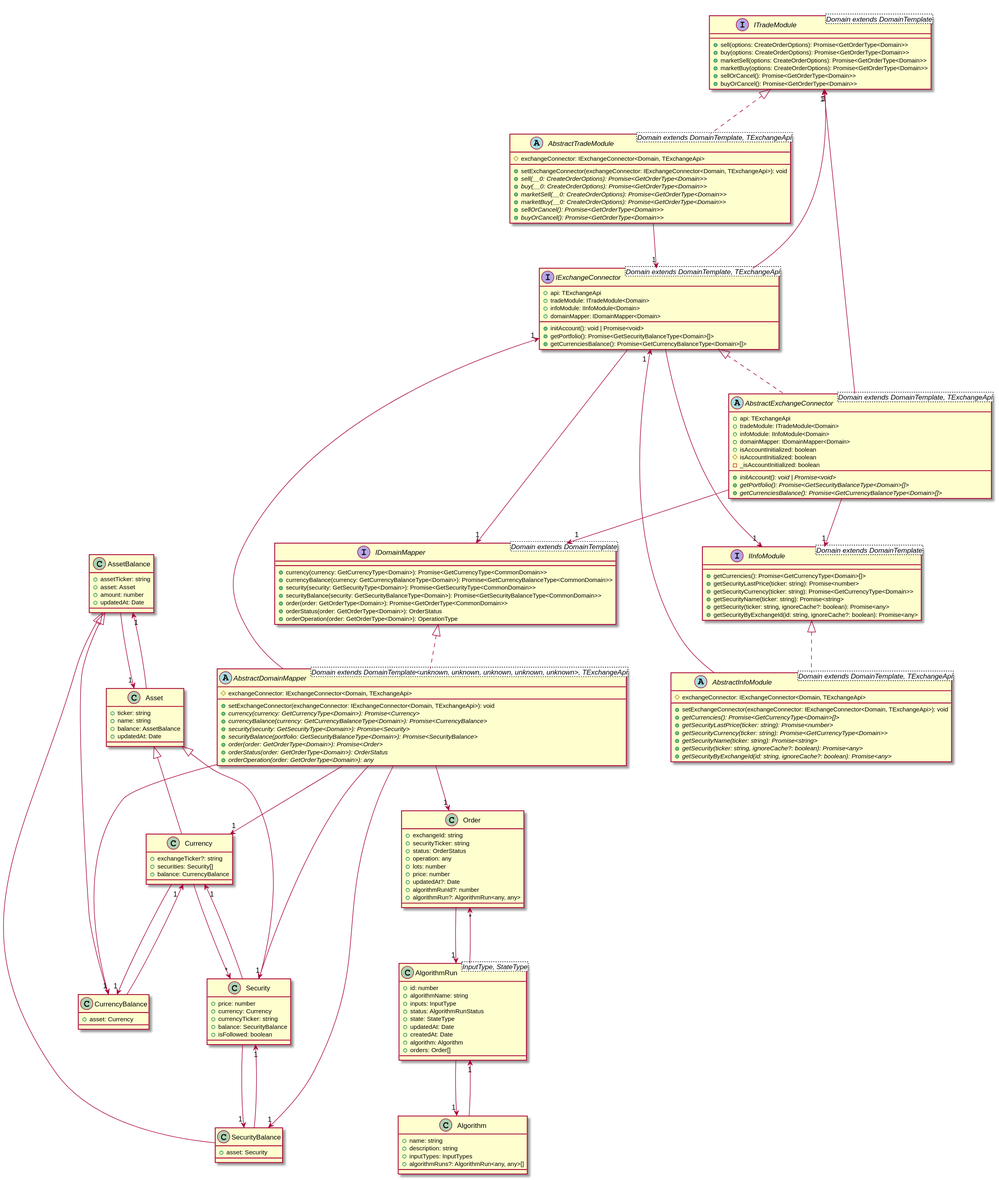
Before: diagrams/domain.svg, a diagram exported from PlantUML (d0rich/tradeb0t). Its diagram source:
```plantuml
@startuml
interface ITradeModule<Domain extends DomainTemplate> {
    +sell(options: CreateOrderOptions): Promise<GetOrderType<Domain>>
    +buy(options: CreateOrderOptions): Promise<GetOrderType<Domain>>
    +marketSell(options: CreateOrderOptions): Promise<GetOrderType<Domain>>
    +marketBuy(options: CreateOrderOptions): Promise<GetOrderType<Domain>>
    +sellOrCancel(): Promise<GetOrderType<Domain>>
    +buyOrCancel(): Promise<GetOrderType<Domain>>
}
interface IInfoModule<Domain extends DomainTemplate> {
    +getCurrencies(): Promise<GetCurrencyType<Domain>[]>
    +getSecurityLastPrice(ticker: string): Promise<number>
    +getSecurityCurrency(ticker: string): Promise<GetCurrencyType<Domain>>
    +getSecurityName(ticker: string): Promise<string>
    +getSecurity(ticker: string, ignoreCache?: boolean): Promise<any>
    +getSecurityByExchangeId(id: string, ignoreCache?: boolean): Promise<any>
}
interface IExchangeConnector<Domain extends DomainTemplate, TExchangeApi> {
    +api: TExchangeApi
    +tradeModule: ITradeModule<Domain>
    +infoModule: IInfoModule<Domain>
    +domainMapper: IDomainMapper<Domain>
    +initAccount(): void | Promise<void>
    +getPortfolio(): Promise<GetSecurityBalanceType<Domain>[]>
    +getCurrenciesBalance(): Promise<GetCurrencyBalanceType<Domain>[]>
}
abstract class AbstractTradeModule<Domain extends DomainTemplate, TExchangeApi> implements ITradeModule {
    #exchangeConnector: IExchangeConnector<Domain, TExchangeApi>
    +setExchangeConnector(exchangeConnector: IExchangeConnector<Domain, TExchangeApi>): void
    +{abstract} sell(__0: CreateOrderOptions): Promise<GetOrderType<Domain>>
    +{abstract} buy(__0: CreateOrderOptions): Promise<GetOrderType<Domain>>
    +{abstract} marketSell(__0: CreateOrderOptions): Promise<GetOrderType<Domain>>
    +{abstract} marketBuy(__0: CreateOrderOptions): Promise<GetOrderType<Domain>>
    +{abstract} sellOrCancel(): Promise<GetOrderType<Domain>>
    +{abstract} buyOrCancel(): Promise<GetOrderType<Domain>>
}
abstract class AbstractInfoModule<Domain extends DomainTemplate, TExchangeApi> implements IInfoModule {
    #exchangeConnector: IExchangeConnector<Domain, TExchangeApi>
    +setExchangeConnector(exchangeConnector: IExchangeConnector<Domain, TExchangeApi>): void
    +{abstract} getCurrencies(): Promise<GetCurrencyType<Domain>[]>
    +{abstract} getSecurityLastPrice(ticker: string): Promise<number>
    +{abstract} getSecurityCurrency(ticker: string): Promise<GetCurrencyType<Domain>>
    +{abstract} getSecurityName(ticker: string): Promise<string>
    +{abstract} getSecurity(ticker: string, ignoreCache?: boolean): Promise<any>
    +{abstract} getSecurityByExchangeId(id: string, ignoreCache?: boolean): Promise<any>
}
abstract class AbstractExchangeConnector<Domain extends DomainTemplate, TExchangeApi> implements IExchangeConnector {
    +api: TExchangeApi
    +tradeModule: ITradeModule<Domain>
    +infoModule: IInfoModule<Domain>
    +domainMapper: IDomainMapper<Domain>
    +{abstract} initAccount(): void | Promise<void>
    +{abstract} getPortfolio(): Promise<GetSecurityBalanceType<Domain>[]>
    +{abstract} getCurrenciesBalance(): Promise<GetCurrencyBalanceType<Domain>[]>
    +isAccountInitialized: boolean
    #isAccountInitialized: boolean
    -_isAccountInitialized: boolean
}
class Algorithm {
    +name: string
    +description: string
    +inputTypes: InputTypes
    +algorithmRuns?: AlgorithmRun<any, any>[]
}
class Order {
    +exchangeId: string
    +securityTicker: string
    +status: OrderStatus
    +operation: any
    +lots: number
    +price: number
    +updatedAt?: Date
    +algorithmRunId?: number
    +algorithmRun?: AlgorithmRun<any, any>
}
class AlgorithmRun<InputType, StateType> {
    +id: number
    +algorithmName: string
    +inputs: InputType
    +status: AlgorithmRunStatus
    +state: StateType
    +updatedAt: Date
    +createdAt: Date
    +algorithm: Algorithm
    +orders: Order[]
}
class AssetBalance {
    +assetTicker: string
    +asset: Asset
    +amount: number
    +updatedAt: Date
}
class Asset {
    +ticker: string
    +name: string
    +balance: AssetBalance
    +updatedAt: Date
}
class SecurityBalance extends AssetBalance {
    +asset: Security
}
class Security extends Asset {
    +price: number
    +currency: Currency
    +currencyTicker: string
    +balance: SecurityBalance
    +isFollowed: boolean
}
class CurrencyBalance extends AssetBalance {
    +asset: Currency
}
class Currency extends Asset {
    +exchangeTicker?: string
    +securities: Security[]
    +balance: CurrencyBalance
}
abstract class AbstractDomainMapper<Domain extends DomainTemplate<unknown, unknown, unknown, unknown, unknown>, TExchangeApi> implements IDomainMapper {
    #exchangeConnector: IExchangeConnector<Domain, TExchangeApi>
    +setExchangeConnector(exchangeConnector: IExchangeConnector<Domain, TExchangeApi>): void
    +{abstract} currency(currency: GetCurrencyType<Domain>): Promise<Currency>
    +{abstract} currencyBalance(currency: GetCurrencyBalanceType<Domain>): Promise<CurrencyBalance>
    +{abstract} security(security: GetSecurityType<Domain>): Promise<Security>
    +{abstract} securityBalance(portfolio: GetSecurityBalanceType<Domain>): Promise<SecurityBalance>
    +{abstract} order(order: GetOrderType<Domain>): Promise<Order>
    +{abstract} orderStatus(order: GetOrderType<Domain>): OrderStatus
    +{abstract} orderOperation(order: GetOrderType<Domain>): any
}
interface IDomainMapper<Domain extends DomainTemplate> {
    +currency(currency: GetCurrencyType<Domain>): Promise<GetCurrencyType<CommonDomain>>
    +currencyBalance(currency: GetCurrencyBalanceType<Domain>): Promise<GetCurrencyBalanceType<CommonDomain>>
    +security(security: GetSecurityType<Domain>): Promise<GetSecurityType<CommonDomain>>
    +securityBalance(security: GetSecurityBalanceType<Domain>): Promise<GetSecurityBalanceType<CommonDomain>>
    +order(order: GetOrderType<Domain>): Promise<GetOrderType<CommonDomain>>
    +orderStatus(order: GetOrderType<Domain>): OrderStatus
    +orderOperation(order: GetOrderType<Domain>): OperationType
}
IExchangeConnector --> "1" ITradeModule
IExchangeConnector --> "1" IInfoModule
IExchangeConnector --> "1" IDomainMapper
AbstractTradeModule --> "1" IExchangeConnector
AbstractInfoModule --> "1" IExchangeConnector
AbstractExchangeConnector --> "1" ITradeModule
AbstractExchangeConnector --> "1" IInfoModule
AbstractExchangeConnector --> "1" IDomainMapper
Algorithm --> "1" AlgorithmRun
Order --> "1" AlgorithmRun
AlgorithmRun --> "1" Algorithm
AlgorithmRun --> "*" Order
AssetBalance --> "1" Asset
Asset --> "1" AssetBalance
SecurityBalance --> "1" Security
Security --> "1" Currency
Security --> "1" SecurityBalance
CurrencyBalance --> "1" Currency
Currency --> "*" Security
Currency --> "1" CurrencyBalance
AbstractDomainMapper --> "1" IExchangeConnector
AbstractDomainMapper --> "1" Currency
AbstractDomainMapper --> "1" CurrencyBalance
AbstractDomainMapper --> "1" Security
AbstractDomainMapper --> "1" SecurityBalance
AbstractDomainMapper --> "1" Order
@enduml
```
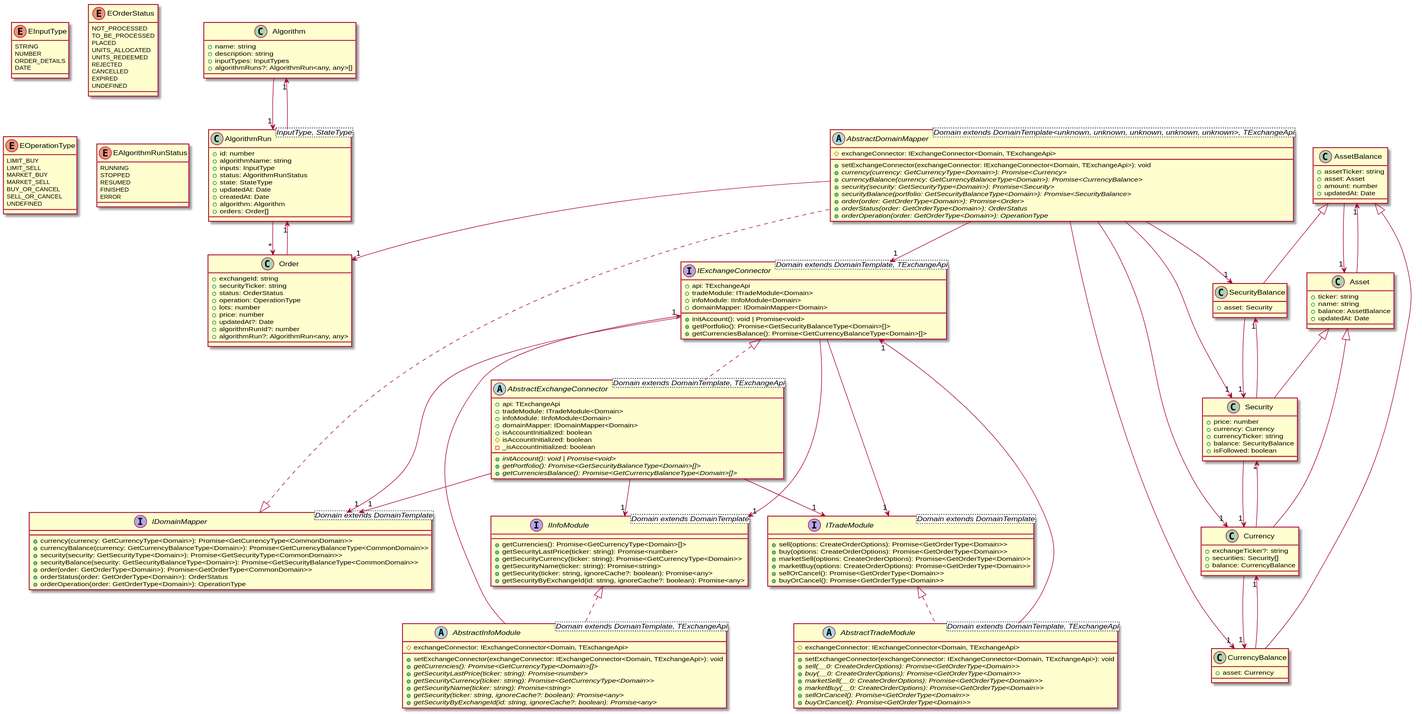
Later version of the same file.

Change to the diagram source:
```diff
@@ -1,4 +1,95 @@
 @startuml
+enum EInputType {
+    STRING
+    NUMBER
+    ORDER_DETAILS
+    DATE
+}
+class Algorithm {
+    +name: string
+    +description: string
+    +inputTypes: InputTypes
+    +algorithmRuns?: AlgorithmRun<any, any>[]
+}
+enum EOrderStatus {
+    NOT_PROCESSED
+    TO_BE_PROCESSED
+    PLACED
+    UNITS_ALLOCATED
+    UNITS_REDEEMED
+    REJECTED
+    CANCELLED
+    EXPIRED
+    UNDEFINED
+}
+enum EOperationType {
+    LIMIT_BUY
+    LIMIT_SELL
+    MARKET_BUY
+    MARKET_SELL
+    BUY_OR_CANCEL
+    SELL_OR_CANCEL
+    UNDEFINED
+}
+class Order {
+    +exchangeId: string
+    +securityTicker: string
+    +status: OrderStatus
+    +operation: OperationType
+    +lots: number
+    +price: number
+    +updatedAt?: Date
+    +algorithmRunId?: number
+    +algorithmRun?: AlgorithmRun<any, any>
+}
+enum EAlgorithmRunStatus {
+    RUNNING
+    STOPPED
+    RESUMED
+    FINISHED
+    ERROR
+}
+class AlgorithmRun<InputType, StateType> {
+    +id: number
+    +algorithmName: string
+    +inputs: InputType
+    +status: AlgorithmRunStatus
+    +state: StateType
+    +updatedAt: Date
+    +createdAt: Date
+    +algorithm: Algorithm
+    +orders: Order[]
+}
+class AssetBalance {
+    +assetTicker: string
+    +asset: Asset
+    +amount: number
+    +updatedAt: Date
+}
+class Asset {
+    +ticker: string
+    +name: string
+    +balance: AssetBalance
+    +updatedAt: Date
+}
+class SecurityBalance extends AssetBalance {
+    +asset: Security
+}
+class Security extends Asset {
+    +price: number
+    +currency: Currency
+    +currencyTicker: string
+    +balance: SecurityBalance
+    +isFollowed: boolean
+}
+class CurrencyBalance extends AssetBalance {
+    +asset: Currency
+}
+class Currency extends Asset {
+    +exchangeTicker?: string
+    +securities: Security[]
+    +balance: CurrencyBalance
+}
 interface ITradeModule<Domain extends DomainTemplate> {
     +sell(options: CreateOrderOptions): Promise<GetOrderType<Domain>>
     +buy(options: CreateOrderOptions): Promise<GetOrderType<Domain>>
@@ -56,63 +147,14 @@
     #isAccountInitialized: boolean
     -_isAccountInitialized: boolean
 }
-class Algorithm {
-    +name: string
-    +description: string
-    +inputTypes: InputTypes
-    +algorithmRuns?: AlgorithmRun<any, any>[]
-}
-class Order {
-    +exchangeId: string
-    +securityTicker: string
-    +status: OrderStatus
-    +operation: any
-    +lots: number
-    +price: number
-    +updatedAt?: Date
-    +algorithmRunId?: number
-    +algorithmRun?: AlgorithmRun<any, any>
-}
-class AlgorithmRun<InputType, StateType> {
-    +id: number
-    +algorithmName: string
-    +inputs: InputType
-    +status: AlgorithmRunStatus
-    +state: StateType
-    +updatedAt: Date
-    +createdAt: Date
-    +algorithm: Algorithm
-    +orders: Order[]
-}
-class AssetBalance {
-    +assetTicker: string
-    +asset: Asset
-    +amount: number
-    +updatedAt: Date
-}
-class Asset {
-    +ticker: string
-    +name: string
-    +balance: AssetBalance
-    +updatedAt: Date
-}
-class SecurityBalance extends AssetBalance {
-    +asset: Security
-}
-class Security extends Asset {
-    +price: number
-    +currency: Currency
-    +currencyTicker: string
-    +balance: SecurityBalance
-    +isFollowed: boolean
-}
-class CurrencyBalance extends AssetBalance {
-    +asset: Currency
-}
-class Currency extends Asset {
-    +exchangeTicker?: string
-    +securities: Security[]
-    +balance: CurrencyBalance
+interface IDomainMapper<Domain extends DomainTemplate> {
+    +currency(currency: GetCurrencyType<Domain>): Promise<GetCurrencyType<CommonDomain>>
+    +currencyBalance(currency: GetCurrencyBalanceType<Domain>): Promise<GetCurrencyBalanceType<CommonDomain>>
+    +security(security: GetSecurityType<Domain>): Promise<GetSecurityType<CommonDomain>>
+    +securityBalance(security: GetSecurityBalanceType<Domain>): Promise<GetSecurityBalanceType<CommonDomain>>
+    +order(order: GetOrderType<Domain>): Promise<GetOrderType<CommonDomain>>
+    +orderStatus(order: GetOrderType<Domain>): OrderStatus
+    +orderOperation(order: GetOrderType<Domain>): OperationType
 }
 abstract class AbstractDomainMapper<Domain extends DomainTemplate<unknown, unknown, unknown, unknown, unknown>, TExchangeApi> implements IDomainMapper {
     #exchangeConnector: IExchangeConnector<Domain, TExchangeApi>
@@ -123,25 +165,8 @@
     +{abstract} securityBalance(portfolio: GetSecurityBalanceType<Domain>): Promise<SecurityBalance>
     +{abstract} order(order: GetOrderType<Domain>): Promise<Order>
     +{abstract} orderStatus(order: GetOrderType<Domain>): OrderStatus
-    +{abstract} orderOperation(order: GetOrderType<Domain>): any
+    +{abstract} orderOperation(order: GetOrderType<Domain>): OperationType
 }
-interface IDomainMapper<Domain extends DomainTemplate> {
-    +currency(currency: GetCurrencyType<Domain>): Promise<GetCurrencyType<CommonDomain>>
-    +currencyBalance(currency: GetCurrencyBalanceType<Domain>): Promise<GetCurrencyBalanceType<CommonDomain>>
-    +security(security: GetSecurityType<Domain>): Promise<GetSecurityType<CommonDomain>>
-    +securityBalance(security: GetSecurityBalanceType<Domain>): Promise<GetSecurityBalanceType<CommonDomain>>
-    +order(order: GetOrderType<Domain>): Promise<GetOrderType<CommonDomain>>
-    +orderStatus(order: GetOrderType<Domain>): OrderStatus
-    +orderOperation(order: GetOrderType<Domain>): OperationType
-}
-IExchangeConnector --> "1" ITradeModule
-IExchangeConnector --> "1" IInfoModule
-IExchangeConnector --> "1" IDomainMapper
-AbstractTradeModule --> "1" IExchangeConnector
-AbstractInfoModule --> "1" IExchangeConnector
-AbstractExchangeConnector --> "1" ITradeModule
-AbstractExchangeConnector --> "1" IInfoModule
-AbstractExchangeConnector --> "1" IDomainMapper
 Algorithm --> "1" AlgorithmRun
 Order --> "1" AlgorithmRun
 AlgorithmRun --> "1" Algorithm
@@ -154,6 +179,14 @@
 CurrencyBalance --> "1" Currency
 Currency --> "*" Security
 Currency --> "1" CurrencyBalance
+IExchangeConnector --> "1" ITradeModule
+IExchangeConnector --> "1" IInfoModule
+IExchangeConnector --> "1" IDomainMapper
+AbstractTradeModule --> "1" IExchangeConnector
+AbstractInfoModule --> "1" IExchangeConnector
+AbstractExchangeConnector --> "1" ITradeModule
+AbstractExchangeConnector --> "1" IInfoModule
+AbstractExchangeConnector --> "1" IDomainMapper
 AbstractDomainMapper --> "1" IExchangeConnector
 AbstractDomainMapper --> "1" Currency
 AbstractDomainMapper --> "1" CurrencyBalance
```
